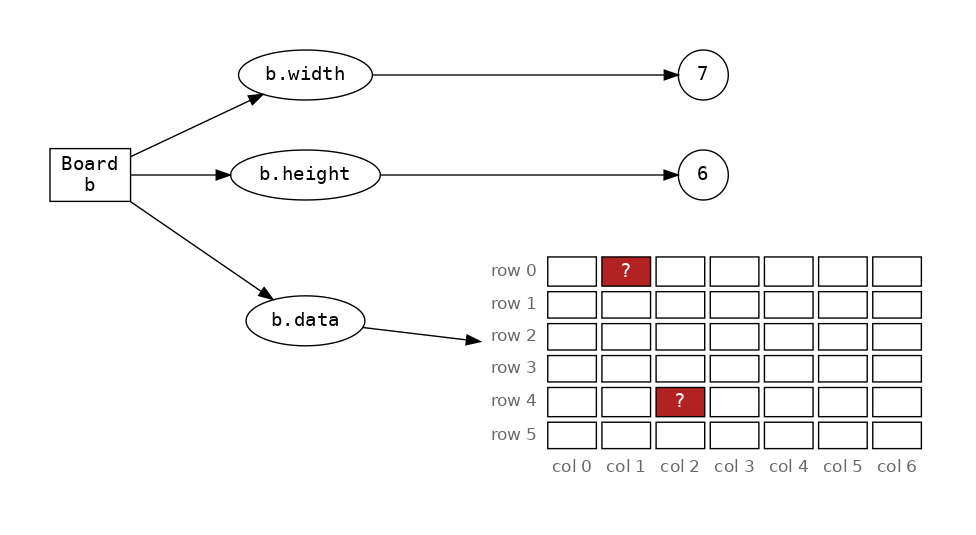
Before: topics/images/20/board.png, a diagram exported from Graphviz (hanze-hbo-ict/programmeren). Its source is kept beside it as topics/images/20/board.dot.
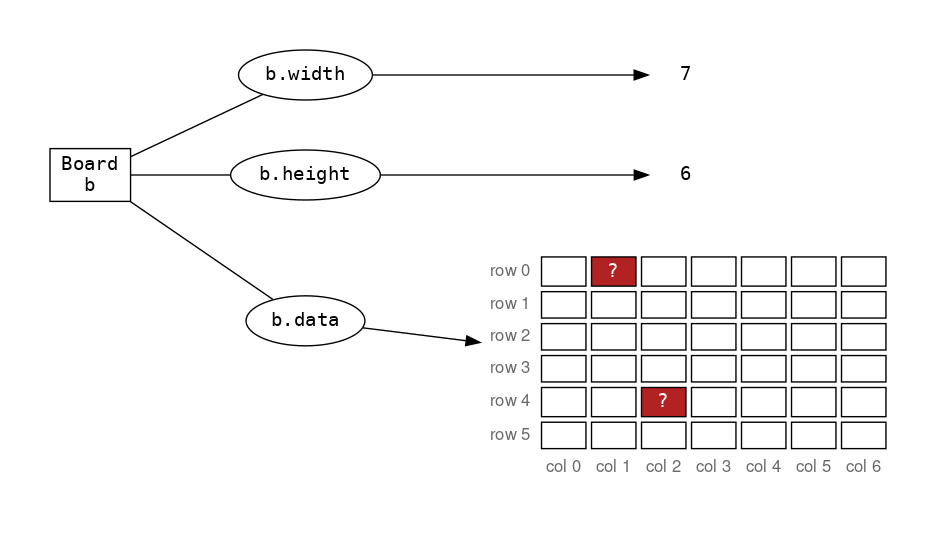
Later version of the same file.

Diff of the diagram source:
```diff
@@ -82,10 +82,13 @@
         </tr>
     </table>>]
 
-    width_value [shape=circle, label=<<font face="monospace">7</font>>]
-    height_value [shape=circle, label=<<font face="monospace">6</font>>]
+    width_value [shape=none, label=<<font face="monospace">7</font>>]
+    height_value [shape=none, label=<<font face="monospace">6</font>>]
 
-    board -> data -> cells
-    board -> width -> width_value
-    board -> height -> height_value
+    board -> data [arrowhead=none]
+    data -> cells
+    board -> width [arrowhead=none]
+    width -> width_value
+    board -> height [arrowhead=none]
+    height-> height_value
 }
```
